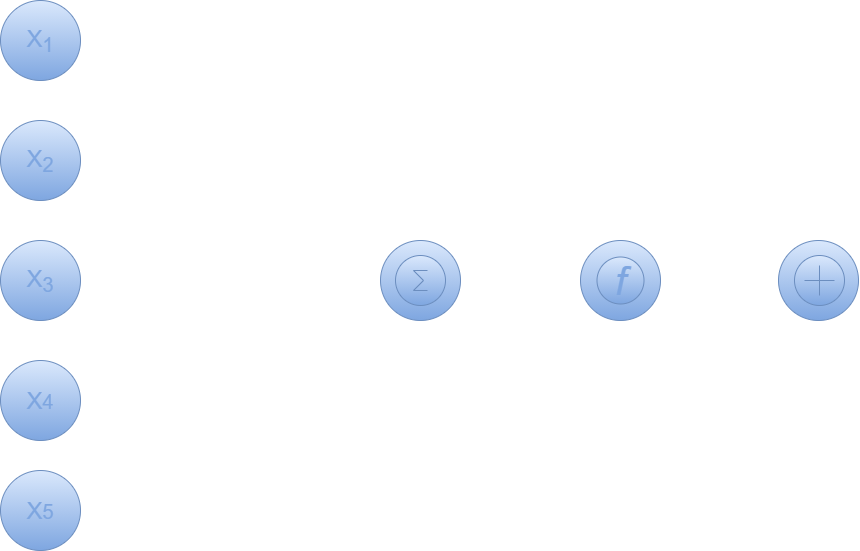
This is images/chart-preview.png from RyanSaxe/blog, a draw.io export, as it was before one commit. Source tidied: cells renumbered, new cells last; positions are measured from the earlier drawing's top-left corner, leaving out a move shared by most shapes.
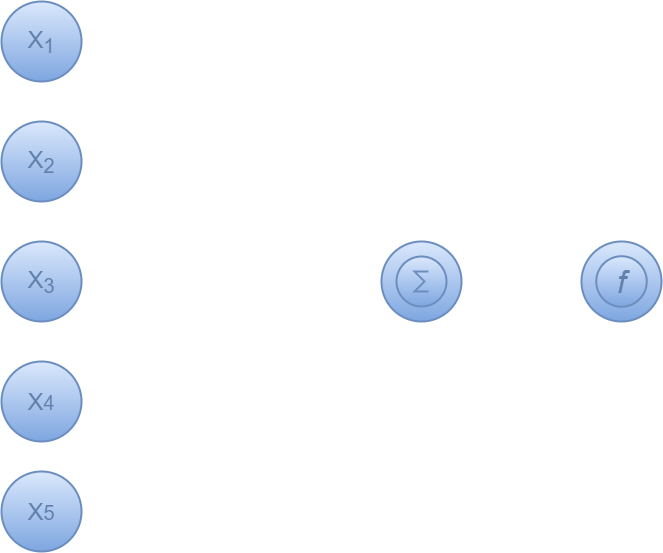
Above is the later version.

The edit, as a diff of the source:
```diff
@@ -1,25 +1,23 @@
-<mxGraphModel>
+<mxGraphModel background="#1B1F23">
   <root>
     <mxCell id="0" />
     <mxCell id="1" parent="0" />
-    <mxCell id="2" style="endArrow=classic;html=1;strokeColor=#FFFFFF;entryX=0.585;entryY=0.502;entryDx=0;entryDy=0;entryPerimeter=0;" parent="1" edge="1" target="17">
-      <mxGeometry relative="1" as="geometry">
-        <mxPoint x="425" y="279" as="sourcePoint" />
-      </mxGeometry>
-    </mxCell>
+    <mxCell id="21" style="endArrow=classic;html=1;strokeWidth=2;strokeColor=#FFFFFF;exitX=0.482;exitY=0.503;exitDx=0;exitDy=0;exitPerimeter=0;" parent="1" edge="1" source="15" target="20">
+      <mxGeometry relative="1" as="geometry" />
+    </mxCell>
-    <mxCell id="3" style="endArrow=classic;html=1;strokeColor=#FFFFFF;" parent="1" edge="1">
+    <mxCell id="3" style="endArrow=classic;html=1;strokeColor=#FFFFFF;strokeWidth=2;" parent="1" edge="1">
       <mxGeometry relative="1" as="geometry">
         <mxPoint x="45" y="280" as="sourcePoint" />
         <mxPoint x="420" y="280" as="targetPoint" />
       </mxGeometry>
     </mxCell>
-    <mxCell id="4" style="endArrow=classic;html=1;strokeColor=#FFFFFF;" parent="1" edge="1">
+    <mxCell id="4" style="endArrow=classic;html=1;strokeColor=#FFFFFF;strokeWidth=2;" parent="1" edge="1">
       <mxGeometry relative="1" as="geometry">
         <mxPoint x="65" y="510" as="sourcePoint" />
         <mxPoint x="410" y="270" as="targetPoint" />
       </mxGeometry>
     </mxCell>
-    <mxCell id="5" style="endArrow=classic;html=1;strokeColor=#FFFFFF;" parent="1" edge="1">
+    <mxCell id="5" style="endArrow=classic;html=1;strokeColor=#FFFFFF;strokeWidth=2;" parent="1" edge="1">
       <mxGeometry relative="1" as="geometry">
         <mxPoint x="55" y="400" as="sourcePoint" />
         <mxPoint x="420" y="270" as="targetPoint" />
@@ -31,50 +29,41 @@
         <mxPoint x="410" y="290" as="targetPoint" />
       </mxGeometry>
     </mxCell>
-    <mxCell id="7" style="endArrow=classic;html=1;strokeColor=#FFFFFF;" parent="1" edge="1">
+    <mxCell id="7" style="endArrow=classic;html=1;strokeColor=#FFFFFF;strokeWidth=2;" parent="1" edge="1">
       <mxGeometry relative="1" as="geometry">
         <mxPoint x="45" y="160" as="sourcePoint" />
         <mxPoint x="420" y="290" as="targetPoint" />
       </mxGeometry>
     </mxCell>
-    <mxCell id="8" value="&lt;span style=&quot;color: rgb(126 , 166 , 224) ; font-size: 24px&quot;&gt;X&lt;/span&gt;&lt;span style=&quot;color: rgb(126 , 166 , 224) ; font-size: 20px&quot;&gt;5&lt;/span&gt;" style="ellipse;whiteSpace=wrap;html=1;fillColor=#dae8fc;strokeColor=#6c8ebf;gradientColor=#7ea6e0;" parent="1" vertex="1">
+    <mxCell id="8" value="&lt;font color=&quot;#607fab&quot;&gt;&lt;span style=&quot;font-size: 24px&quot;&gt;X&lt;/span&gt;&lt;span style=&quot;font-size: 20px&quot;&gt;5&lt;/span&gt;&lt;/font&gt;" style="ellipse;whiteSpace=wrap;html=1;fillColor=#dae8fc;strokeColor=#6c8ebf;gradientColor=#7ea6e0;strokeWidth=2;" parent="1" vertex="1">
       <mxGeometry y="470" width="80" height="80" as="geometry" />
     </mxCell>
-    <mxCell id="9" value="&lt;span style=&quot;color: rgb(126 , 166 , 224) ; font-size: 24px&quot;&gt;X&lt;sub&gt;3&lt;/sub&gt;&lt;/span&gt;" style="ellipse;whiteSpace=wrap;html=1;fillColor=#dae8fc;strokeColor=#6c8ebf;gradientColor=#7ea6e0;" parent="1" vertex="1">
+    <mxCell id="9" value="&lt;span style=&quot;font-size: 24px&quot;&gt;&lt;font color=&quot;#607fab&quot;&gt;X&lt;sub&gt;3&lt;/sub&gt;&lt;/font&gt;&lt;/span&gt;" style="ellipse;whiteSpace=wrap;html=1;fillColor=#dae8fc;strokeColor=#6c8ebf;gradientColor=#7ea6e0;strokeWidth=2;" parent="1" vertex="1">
       <mxGeometry y="240" width="80" height="80" as="geometry" />
     </mxCell>
-    <mxCell id="10" value="&lt;font color=&quot;#7ea6e0&quot;&gt;&lt;span style=&quot;font-size: 24px&quot;&gt;X&lt;/span&gt;&lt;span style=&quot;font-size: 24px&quot;&gt;&lt;sub&gt;2&lt;/sub&gt;&lt;/span&gt;&lt;/font&gt;" style="ellipse;whiteSpace=wrap;html=1;fillColor=#dae8fc;strokeColor=#6c8ebf;gradientColor=#7ea6e0;" parent="1" vertex="1">
+    <mxCell id="10" value="&lt;font color=&quot;#607fab&quot;&gt;&lt;span style=&quot;font-size: 24px&quot;&gt;X&lt;/span&gt;&lt;span style=&quot;font-size: 24px&quot;&gt;&lt;sub&gt;2&lt;/sub&gt;&lt;/span&gt;&lt;/font&gt;" style="ellipse;whiteSpace=wrap;html=1;fillColor=#dae8fc;strokeColor=#6c8ebf;gradientColor=#7ea6e0;strokeWidth=2;" parent="1" vertex="1">
       <mxGeometry y="120" width="80" height="80" as="geometry" />
     </mxCell>
-    <mxCell id="11" value="&lt;font style=&quot;font-size: 24px&quot; color=&quot;#7ea6e0&quot;&gt;X&lt;sub&gt;1&lt;/sub&gt;&lt;/font&gt;" style="ellipse;whiteSpace=wrap;html=1;fillColor=#dae8fc;strokeColor=#6c8ebf;gradientColor=#7ea6e0;" parent="1" vertex="1">
+    <mxCell id="11" value="&lt;font style=&quot;font-size: 24px&quot; color=&quot;#607fab&quot;&gt;X&lt;sub&gt;1&lt;/sub&gt;&lt;/font&gt;" style="ellipse;whiteSpace=wrap;html=1;fillColor=#dae8fc;strokeColor=#6c8ebf;gradientColor=#7ea6e0;strokeWidth=2;" parent="1" vertex="1">
       <mxGeometry width="80" height="80" as="geometry" />
     </mxCell>
     <mxCell id="12" style="edgeStyle=orthogonalEdgeStyle;rounded=0;orthogonalLoop=1;jettySize=auto;html=1;exitX=0.5;exitY=1;exitDx=0;exitDy=0;" parent="1" edge="1" source="10" target="10">
       <mxGeometry relative="1" as="geometry" />
     </mxCell>
-    <mxCell id="13" value="&lt;span style=&quot;color: rgb(126 , 166 , 224) ; font-size: 24px&quot;&gt;X&lt;/span&gt;&lt;span style=&quot;color: rgb(126 , 166 , 224) ; font-size: 20px&quot;&gt;4&lt;/span&gt;" style="ellipse;whiteSpace=wrap;html=1;fillColor=#dae8fc;strokeColor=#6c8ebf;gradientColor=#7ea6e0;" parent="1" vertex="1">
+    <mxCell id="13" value="&lt;font color=&quot;#607fab&quot;&gt;&lt;span style=&quot;font-size: 24px&quot;&gt;X&lt;/span&gt;&lt;span style=&quot;font-size: 20px&quot;&gt;4&lt;/span&gt;&lt;/font&gt;" style="ellipse;whiteSpace=wrap;html=1;fillColor=#dae8fc;strokeColor=#6c8ebf;gradientColor=#7ea6e0;strokeWidth=2;" parent="1" vertex="1">
       <mxGeometry y="360" width="80" height="80" as="geometry" />
     </mxCell>
-    <mxCell id="14" style="ellipse;whiteSpace=wrap;html=1;fillColor=#dae8fc;strokeColor=#6c8ebf;gradientColor=#7ea6e0;" parent="1" vertex="1">
+    <mxCell id="14" style="ellipse;whiteSpace=wrap;html=1;fillColor=#dae8fc;strokeColor=#6c8ebf;gradientColor=#7ea6e0;strokeWidth=2;" parent="1" vertex="1">
       <mxGeometry x="380" y="240" width="80" height="80" as="geometry" />
     </mxCell>
-    <mxCell id="15" style="verticalLabelPosition=bottom;shadow=0;dashed=0;align=center;html=1;verticalAlign=top;shape=mxgraph.electrical.abstract.sum;gradientColor=#7ea6e0;fillColor=#dae8fc;strokeColor=#6c8ebf;" parent="1" vertex="1">
+    <mxCell id="15" style="verticalLabelPosition=bottom;shadow=0;dashed=0;align=center;html=1;verticalAlign=top;shape=mxgraph.electrical.abstract.sum;gradientColor=#7ea6e0;fillColor=#dae8fc;strokeColor=#6c8ebf;fontStyle=0;strokeWidth=2;" parent="1" vertex="1">
       <mxGeometry x="395" y="255" width="50" height="50" as="geometry" />
     </mxCell>
-    <mxCell id="16" style="ellipse;whiteSpace=wrap;html=1;fillColor=#dae8fc;strokeColor=#6c8ebf;gradientColor=#7ea6e0;" parent="1" vertex="1">
+    <mxCell id="16" style="ellipse;whiteSpace=wrap;html=1;fillColor=#dae8fc;strokeColor=#6c8ebf;gradientColor=#7ea6e0;strokeWidth=2;" parent="1" vertex="1">
       <mxGeometry x="580" y="240" width="80" height="80" as="geometry" />
     </mxCell>
-    <mxCell id="17" style="verticalLabelPosition=bottom;shadow=0;dashed=0;align=center;html=1;verticalAlign=top;shape=mxgraph.electrical.abstract.summation_point;gradientColor=#7ea6e0;fillColor=#dae8fc;strokeColor=#6c8ebf;" parent="1" vertex="1">
-      <mxGeometry x="780" y="255" width="50" height="50" as="geometry" />
-    </mxCell>
-    <mxCell id="18" style="ellipse;whiteSpace=wrap;html=1;fillColor=#dae8fc;strokeColor=#6c8ebf;gradientColor=#7ea6e0;" parent="1" vertex="1">
-      <mxGeometry x="778" y="240" width="80" height="80" as="geometry" />
-    </mxCell>
-    <mxCell id="19" style="verticalLabelPosition=bottom;shadow=0;dashed=0;align=center;html=1;verticalAlign=top;shape=mxgraph.electrical.abstract.summation_point;gradientColor=#7ea6e0;fillColor=#dae8fc;strokeColor=#6c8ebf;" parent="1" vertex="1">
-      <mxGeometry x="794" y="255" width="50" height="50" as="geometry" />
-    </mxCell>
-    <mxCell id="20" value="&lt;p&gt;&lt;font style=&quot;font-size: 40px&quot; color=&quot;#7ea6e0&quot;&gt;&lt;i&gt;f&lt;/i&gt;&lt;/font&gt;&lt;/p&gt;" style="ellipse;whiteSpace=wrap;html=1;gradientColor=#7ea6e0;fillColor=#dae8fc;strokeColor=#6c8ebf;" parent="1" vertex="1">
-      <mxGeometry x="596.5" y="256.5" width="47" height="47" as="geometry" />
+    <mxCell id="20" value="&lt;p&gt;&lt;font color=&quot;#607fab&quot; size=&quot;1&quot;&gt;&lt;i style=&quot;font-size: 32px&quot;&gt;f&lt;/i&gt;&lt;/font&gt;&lt;/p&gt;" style="ellipse;whiteSpace=wrap;html=1;gradientColor=#7ea6e0;fillColor=#dae8fc;strokeColor=#6c8ebf;strokeWidth=2;" parent="1" vertex="1">
+      <mxGeometry x="594.8" y="254.8" width="50.5" height="50.5" as="geometry" />
     </mxCell>
   </root>
 </mxGraphModel>
```
